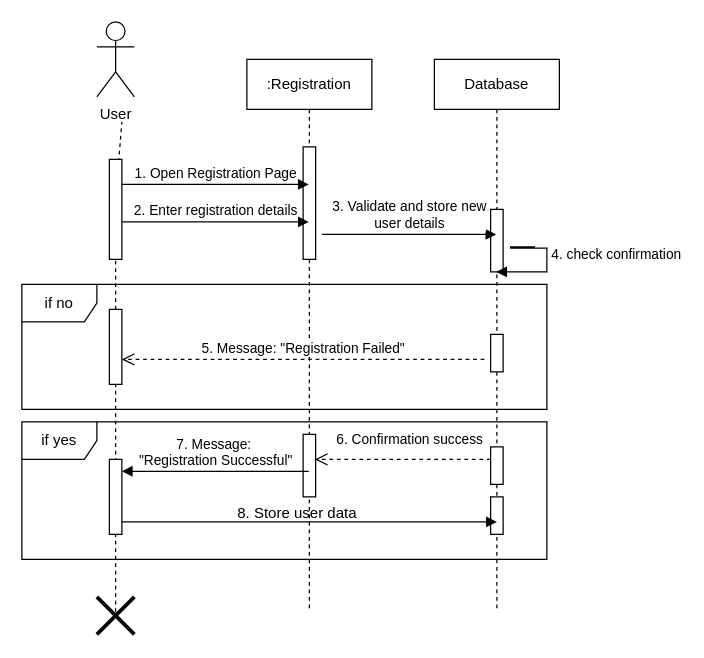
The draw.io diagram page "Registration" (1 of 15) of Sequence Diagram.drawio in shamim36/Final-Defence-Diagram, before the edit. Source tidied: cells renumbered, new cells numbered last; positions are measured from the earlier drawing's top-left corner, leaving out a move shared by most shapes. Both pictures are drawn from the tidied source at 125%, with x=0, y=0 at pixel (21, 21).
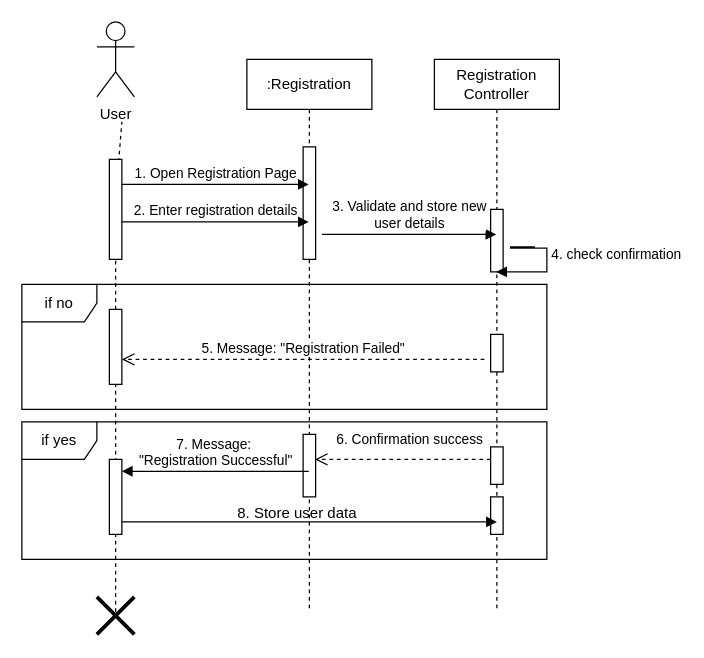
After the change.

The edit, as a diff of the source:
```diff
@@
-    <mxCell id="4" value="Database" style="shape=umlLifeline;perimeter=lifelinePerimeter;whiteSpace=wrap;html=1;newEdgeStyle={&quot;edgeStyle&quot;:&quot;elbowEdgeStyle&quot;,&quot;elbow&quot;:&quot;vertical&quot;,&quot;curved&quot;:0,&quot;rounded&quot;:0};" parent="1" vertex="1">
+    <mxCell id="4" value="Registration&lt;div&gt;Controller&lt;/div&gt;" style="shape=umlLifeline;perimeter=lifelinePerimeter;whiteSpace=wrap;html=1;newEdgeStyle={&quot;edgeStyle&quot;:&quot;elbowEdgeStyle&quot;,&quot;elbow&quot;:&quot;vertical&quot;,&quot;curved&quot;:0,&quot;rounded&quot;:0};" parent="1" vertex="1">
       <mxGeometry x="330" y="30" width="100" height="440" as="geometry" />
     </mxCell>
```
